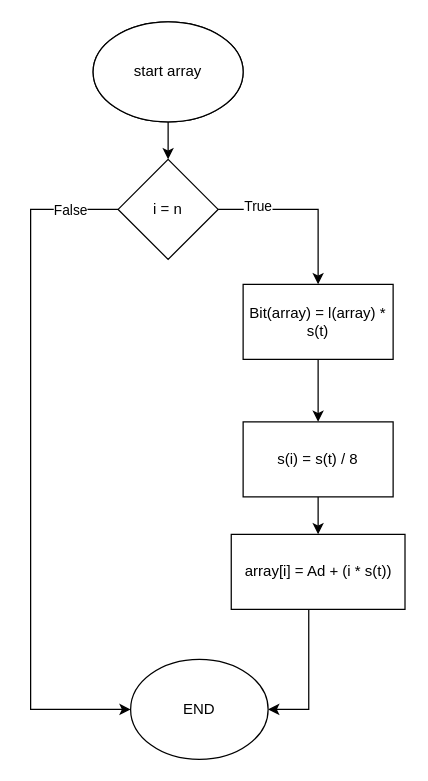
Above: how linked list is work.drawio in heroassem/my_algo (draw.io), before the change. Source tidied: cells renumbered, new cells numbered last; positions are measured from the earlier drawing's top-left corner, leaving out a move shared by most shapes. Both pictures are drawn from the tidied source at 125%, with x=0, y=0 at pixel (30, 21).
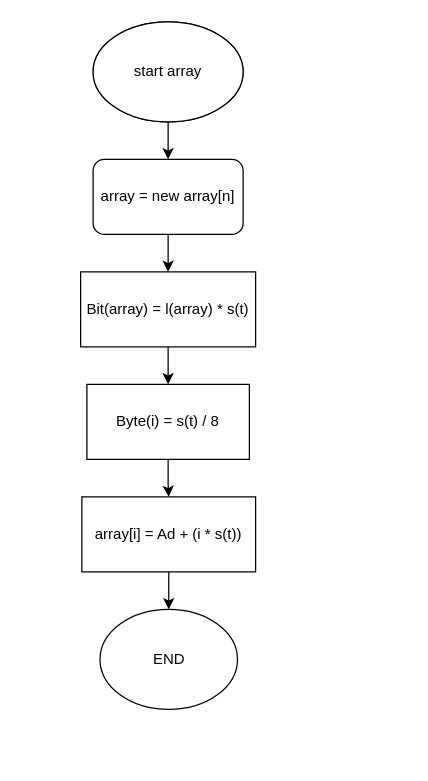
Above is the later version.

What changed in the source:
```diff
@@
 <mxGraphModel>
   <root>
     <mxCell id="0" />
     <mxCell id="1" parent="0" />
     <mxCell id="2" style="ellipse;whiteSpace=wrap;html=1;" parent="1" vertex="1">
       <mxGeometry x="50" width="120" height="80" as="geometry" />
     </mxCell>
-    <mxCell id="3" style="edgeStyle=orthogonalEdgeStyle;rounded=0;jettySize=auto;html=1;" parent="1" edge="1" source="4" target="9">
-      <mxGeometry relative="1" as="geometry" />
+    <mxCell id="3" style="edgeStyle=orthogonalEdgeStyle;rounded=0;jettySize=auto;html=1;" parent="1" edge="1" source="4">
+      <mxGeometry relative="1" as="geometry">
+        <mxPoint x="110" y="110" as="targetPoint" />
+      </mxGeometry>
     </mxCell>
     <mxCell id="4" value="start array" style="ellipse;whiteSpace=wrap;html=1;" parent="1" vertex="1">
       <mxGeometry x="50" width="120" height="80" as="geometry" />
     </mxCell>
-    <mxCell id="5" style="edgeStyle=orthogonalEdgeStyle;rounded=0;jettySize=auto;html=1;" parent="1" edge="1" source="9" target="11">
-      <mxGeometry relative="1" as="geometry" />
-    </mxCell>
-    <mxCell id="6" value="True" style="edgeLabel;html=1;align=center;verticalAlign=middle;" parent="5" vertex="1">
-      <mxGeometry x="-0.56" y="3" relative="1" as="geometry" />
-    </mxCell>
-    <mxCell id="7" style="edgeStyle=orthogonalEdgeStyle;rounded=0;jettySize=auto;html=1;" parent="1" edge="1" source="9" target="16">
-      <mxGeometry relative="1" as="geometry">
-        <Array as="points">
-          <mxPoint y="150" />
-          <mxPoint y="550" />
-        </Array>
-      </mxGeometry>
-    </mxCell>
-    <mxCell id="8" value="False" style="edgeLabel;html=1;align=center;verticalAlign=middle;" parent="7" vertex="1">
-      <mxGeometry x="-0.76" relative="1" as="geometry">
-        <mxPoint x="27" as="offset" />
-      </mxGeometry>
-    </mxCell>
-    <mxCell id="9" value="i = n" style="rhombus;whiteSpace=wrap;html=1;" parent="1" vertex="1">
-      <mxGeometry x="70" y="110" width="80" height="80" as="geometry" />
-    </mxCell>
     <mxCell id="10" style="edgeStyle=orthogonalEdgeStyle;rounded=0;jettySize=auto;html=1;" parent="1" edge="1" source="11" target="13">
       <mxGeometry relative="1" as="geometry" />
     </mxCell>
     <mxCell id="11" value="Bit(array) = l(array) * s(t)" style="whiteSpace=wrap;html=1;" parent="1" vertex="1">
-      <mxGeometry x="170" y="210" width="120" height="60" as="geometry" />
+      <mxGeometry x="40" y="200" width="140" height="60" as="geometry" />
     </mxCell>
     <mxCell id="12" style="edgeStyle=orthogonalEdgeStyle;rounded=0;jettySize=auto;html=1;" parent="1" edge="1" source="13" target="15">
       <mxGeometry relative="1" as="geometry" />
     </mxCell>
-    <mxCell id="13" value="s(i) = s(t) / 8" style="whiteSpace=wrap;html=1;" parent="1" vertex="1">
-      <mxGeometry x="170" y="320" width="120" height="60" as="geometry" />
+    <mxCell id="13" value="Byte(i) = s(t) / 8" style="whiteSpace=wrap;html=1;" parent="1" vertex="1">
+      <mxGeometry x="45" y="290" width="130" height="60" as="geometry" />
     </mxCell>
-    <mxCell id="14" style="edgeStyle=orthogonalEdgeStyle;rounded=0;jettySize=auto;html=1;entryX=1;entryY=0.5;entryDx=0;entryDy=0;" parent="1" edge="1" target="16">
-      <mxGeometry relative="1" as="geometry">
-        <mxPoint x="255" y="430" as="sourcePoint" />
-      </mxGeometry>
-    </mxCell>
+    <mxCell id="17" style="edgeStyle=orthogonalEdgeStyle;rounded=0;jettySize=auto;html=1;entryX=0.5;entryY=0;entryDx=0;entryDy=0;" parent="1" edge="1" source="15" target="16">
+      <mxGeometry relative="1" as="geometry" />
+    </mxCell>
     <mxCell id="15" value="array[i] = Ad + (i * s(t))" style="whiteSpace=wrap;html=1;" parent="1" vertex="1">
-      <mxGeometry x="160.5" y="410" width="139" height="60" as="geometry" />
+      <mxGeometry x="41" y="380" width="139" height="60" as="geometry" />
     </mxCell>
     <mxCell id="16" value="END" style="ellipse;whiteSpace=wrap;html=1;" parent="1" vertex="1">
-      <mxGeometry x="80" y="510" width="110" height="80" as="geometry" />
+      <mxGeometry x="55.5" y="470" width="110" height="80" as="geometry" />
     </mxCell>
+    <mxCell id="18" style="edgeStyle=orthogonalEdgeStyle;rounded=0;jettySize=auto;html=1;entryX=0.5;entryY=0;entryDx=0;entryDy=0;" parent="1" edge="1" source="19" target="11">
+      <mxGeometry relative="1" as="geometry" />
+    </mxCell>
+    <mxCell id="19" value="array = new array[n]" style="rounded=1;whiteSpace=wrap;html=1;" parent="1" vertex="1">
+      <mxGeometry x="50" y="110" width="120" height="60" as="geometry" />
+    </mxCell>
   </root>
 </mxGraphModel>
```
